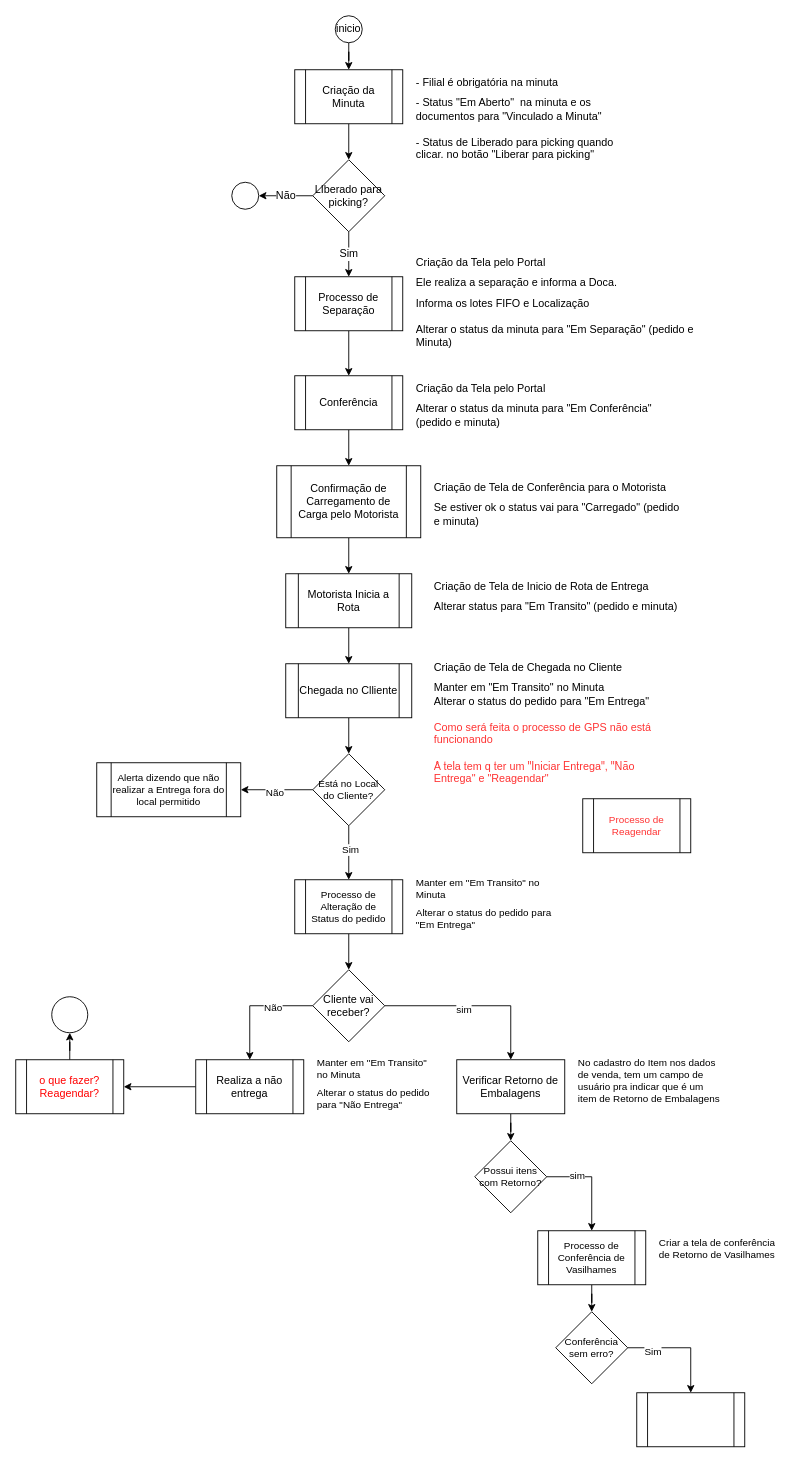
Before: Untitled Diagram.drawio in SPS-Group/poc-mux, a draw.io diagram. Source tidied: cells renumbered, new cells numbered last; positions are measured from the earlier drawing's top-left corner, leaving out a move shared by most shapes. Both pictures are drawn from the tidied source at 90%, with x=0, y=0 at pixel (15, 15).
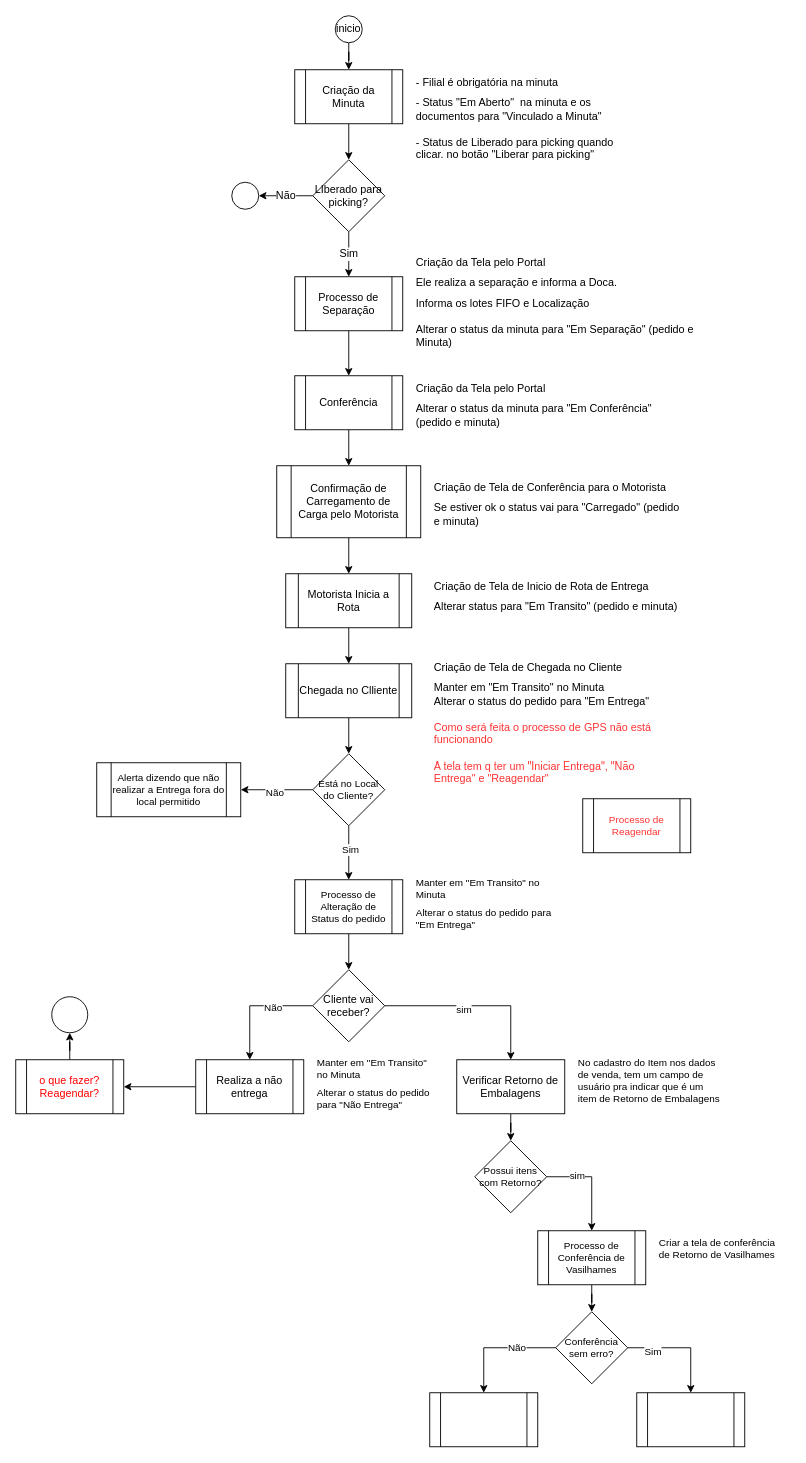
After the change.

Unchanged cells that the change refers to:
```xml
<mxCell id="58" value="Conferência sem erro?" style="rhombus;whiteSpace=wrap;html=1;fontSize=11;fontColor=#000000;" parent="1" vertex="1">
  <mxGeometry x="600" y="1440" width="80" height="80" as="geometry" />
</mxCell>
```

Diff of the diagram source:
```diff
@@
+    <mxCell id="60" style="edgeStyle=orthogonalEdgeStyle;rounded=0;jettySize=auto;html=1;fontSize=11;fontColor=#000000;" parent="1" edge="1" source="58" target="62">
+      <mxGeometry relative="1" as="geometry" />
+    </mxCell>
+    <mxCell id="61" value="Não" style="edgeLabel;html=1;align=center;verticalAlign=middle;fontSize=11;fontColor=#000000;" parent="60" vertex="1">
+      <mxGeometry x="-0.33" y="-1" relative="1" as="geometry" />
+    </mxCell>
@@
+    <mxCell id="62" style="shape=process;whiteSpace=wrap;html=1;backgroundOutline=1;fontSize=11;fontColor=#000000;" parent="1" vertex="1">
+      <mxGeometry x="460" y="1530" width="120" height="60" as="geometry" />
+    </mxCell>
```
